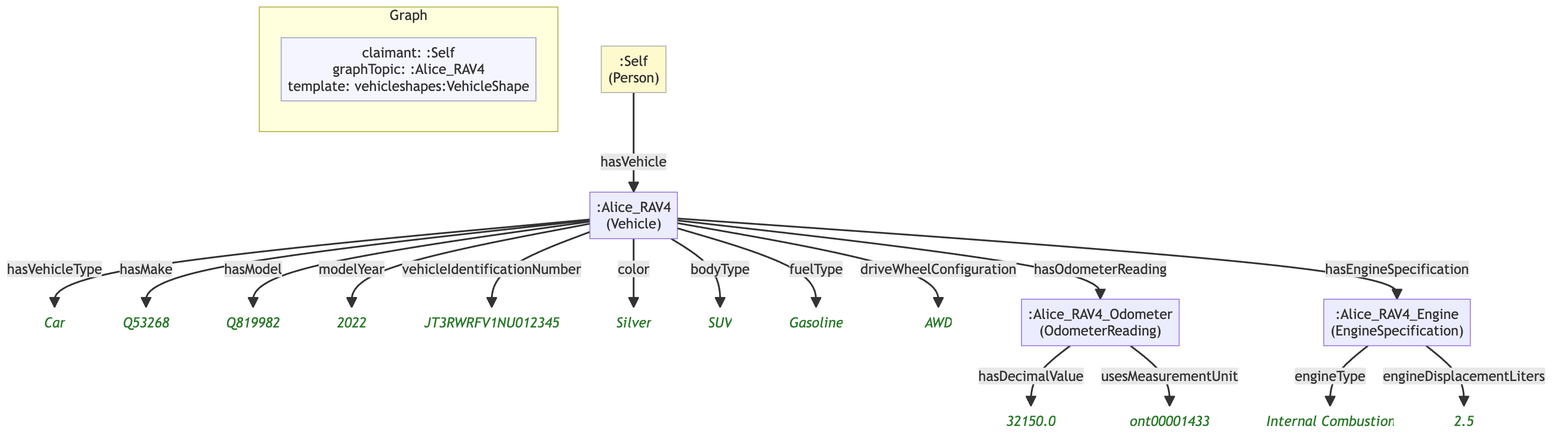
The Mermaid diagram example/graphs/images/graph-63.png in MeeFoundation/mia-ontologies, before a commit. Its source is kept beside it as example/graphs/images/graph-63.mmd.
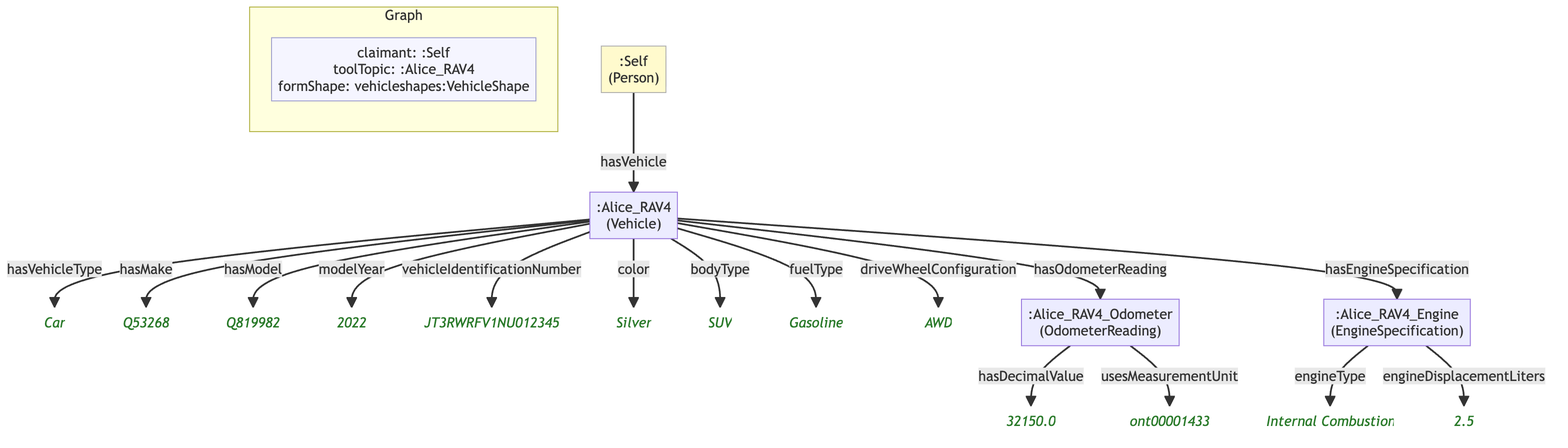
After the change.

The edit, as a diff of the source:
```diff
@@ -7,40 +7,40 @@
 
     subgraph ctx["Graph"]
         direction LR
-        ctx_meta["claimant: :Self\ngraphTopic: :Alice_RAV4\ntemplate: vehicleshapes:VehicleShape"]:::meta
+        ctx_meta["claimant: :Self\ntoolTopic: :Alice_RAV4\nformShape: vehicleshapes:VehicleShape"]:::meta
     end
 
-    n8ad3223cb728[":Alice_RAV4\n(Vehicle)"]
-    n5151f8ace1b9("Car"):::lit
-    nc506e267d308("Q53268"):::lit
-    n2422aa05e60f("Q819982"):::lit
-    n6e2efd74e77c("2022"):::lit
-    n564f91f57f6e("JT3RWRFV1NU012345"):::lit
-    naf1db1cc4dbb("Silver"):::lit
-    n51e4df12f033("SUV"):::lit
-    n0e188f7b4e71("Gasoline"):::lit
-    n3d51c7202e37("AWD"):::lit
-    n3371c03a9845[":Alice_RAV4_Odometer\n(OdometerReading)"]
-    n0099578652e9[":Alice_RAV4_Engine\n(EngineSpecification)"]
-    n93437e3f18bc("Internal Combustion"):::lit
-    n75adf5c5acc8("2.5"):::lit
-    n0b76ae168416("32150.0"):::lit
-    n1d1c2cd084bd("ont00001433"):::lit
-    ne0c3ba92f1db[":Self\n(Person)"]:::person
+    n9424653351e9[":Alice_RAV4\n(Vehicle)"]
+    n8b971278d5f3("Car"):::lit
+    n792aea40f32d("Q53268"):::lit
+    n7405adebb5f6("Q819982"):::lit
+    n27f2f4921cbc("2022"):::lit
+    n43495ebecdb6("JT3RWRFV1NU012345"):::lit
+    n3e0236ac8dbc("Silver"):::lit
+    n79dd110b0637("SUV"):::lit
+    n222e07080ca2("Gasoline"):::lit
+    nb65bc64a6dd7("AWD"):::lit
+    n65e4544e91a7[":Alice_RAV4_Odometer\n(OdometerReading)"]
+    n48c0b8606d16[":Alice_RAV4_Engine\n(EngineSpecification)"]
+    nce471cda8d7e("Internal Combustion"):::lit
+    ndf18fa81870e("2.5"):::lit
+    n4daec8768361("32150.0"):::lit
+    n6807fae90784("ont00001433"):::lit
+    n655e442e50be[":Self\n(Person)"]:::person
 
-    n8ad3223cb728 -->|"hasVehicleType"| n5151f8ace1b9
-    n8ad3223cb728 -->|"hasMake"| nc506e267d308
-    n8ad3223cb728 -->|"hasModel"| n2422aa05e60f
-    n8ad3223cb728 -->|"modelYear"| n6e2efd74e77c
-    n8ad3223cb728 -->|"vehicleIdentificationNumber"| n564f91f57f6e
-    n8ad3223cb728 -->|"color"| naf1db1cc4dbb
-    n8ad3223cb728 -->|"bodyType"| n51e4df12f033
-    n8ad3223cb728 -->|"fuelType"| n0e188f7b4e71
-    n8ad3223cb728 -->|"driveWheelConfiguration"| n3d51c7202e37
-    n8ad3223cb728 -->|"hasOdometerReading"| n3371c03a9845
-    n8ad3223cb728 -->|"hasEngineSpecification"| n0099578652e9
-    n0099578652e9 -->|"engineType"| n93437e3f18bc
-    n0099578652e9 -->|"engineDisplacementLiters"| n75adf5c5acc8
-    n3371c03a9845 -->|"hasDecimalValue"| n0b76ae168416
-    n3371c03a9845 -->|"usesMeasurementUnit"| n1d1c2cd084bd
-    ne0c3ba92f1db -->|"hasVehicle"| n8ad3223cb728
+    n9424653351e9 -->|"hasVehicleType"| n8b971278d5f3
+    n9424653351e9 -->|"hasMake"| n792aea40f32d
+    n9424653351e9 -->|"hasModel"| n7405adebb5f6
+    n9424653351e9 -->|"modelYear"| n27f2f4921cbc
+    n9424653351e9 -->|"vehicleIdentificationNumber"| n43495ebecdb6
+    n9424653351e9 -->|"color"| n3e0236ac8dbc
+    n9424653351e9 -->|"bodyType"| n79dd110b0637
+    n9424653351e9 -->|"fuelType"| n222e07080ca2
+    n9424653351e9 -->|"driveWheelConfiguration"| nb65bc64a6dd7
+    n9424653351e9 -->|"hasOdometerReading"| n65e4544e91a7
+    n9424653351e9 -->|"hasEngineSpecification"| n48c0b8606d16
+    n48c0b8606d16 -->|"engineType"| nce471cda8d7e
+    n48c0b8606d16 -->|"engineDisplacementLiters"| ndf18fa81870e
+    n65e4544e91a7 -->|"hasDecimalValue"| n4daec8768361
+    n65e4544e91a7 -->|"usesMeasurementUnit"| n6807fae90784
+    n655e442e50be -->|"hasVehicle"| n9424653351e9
```
